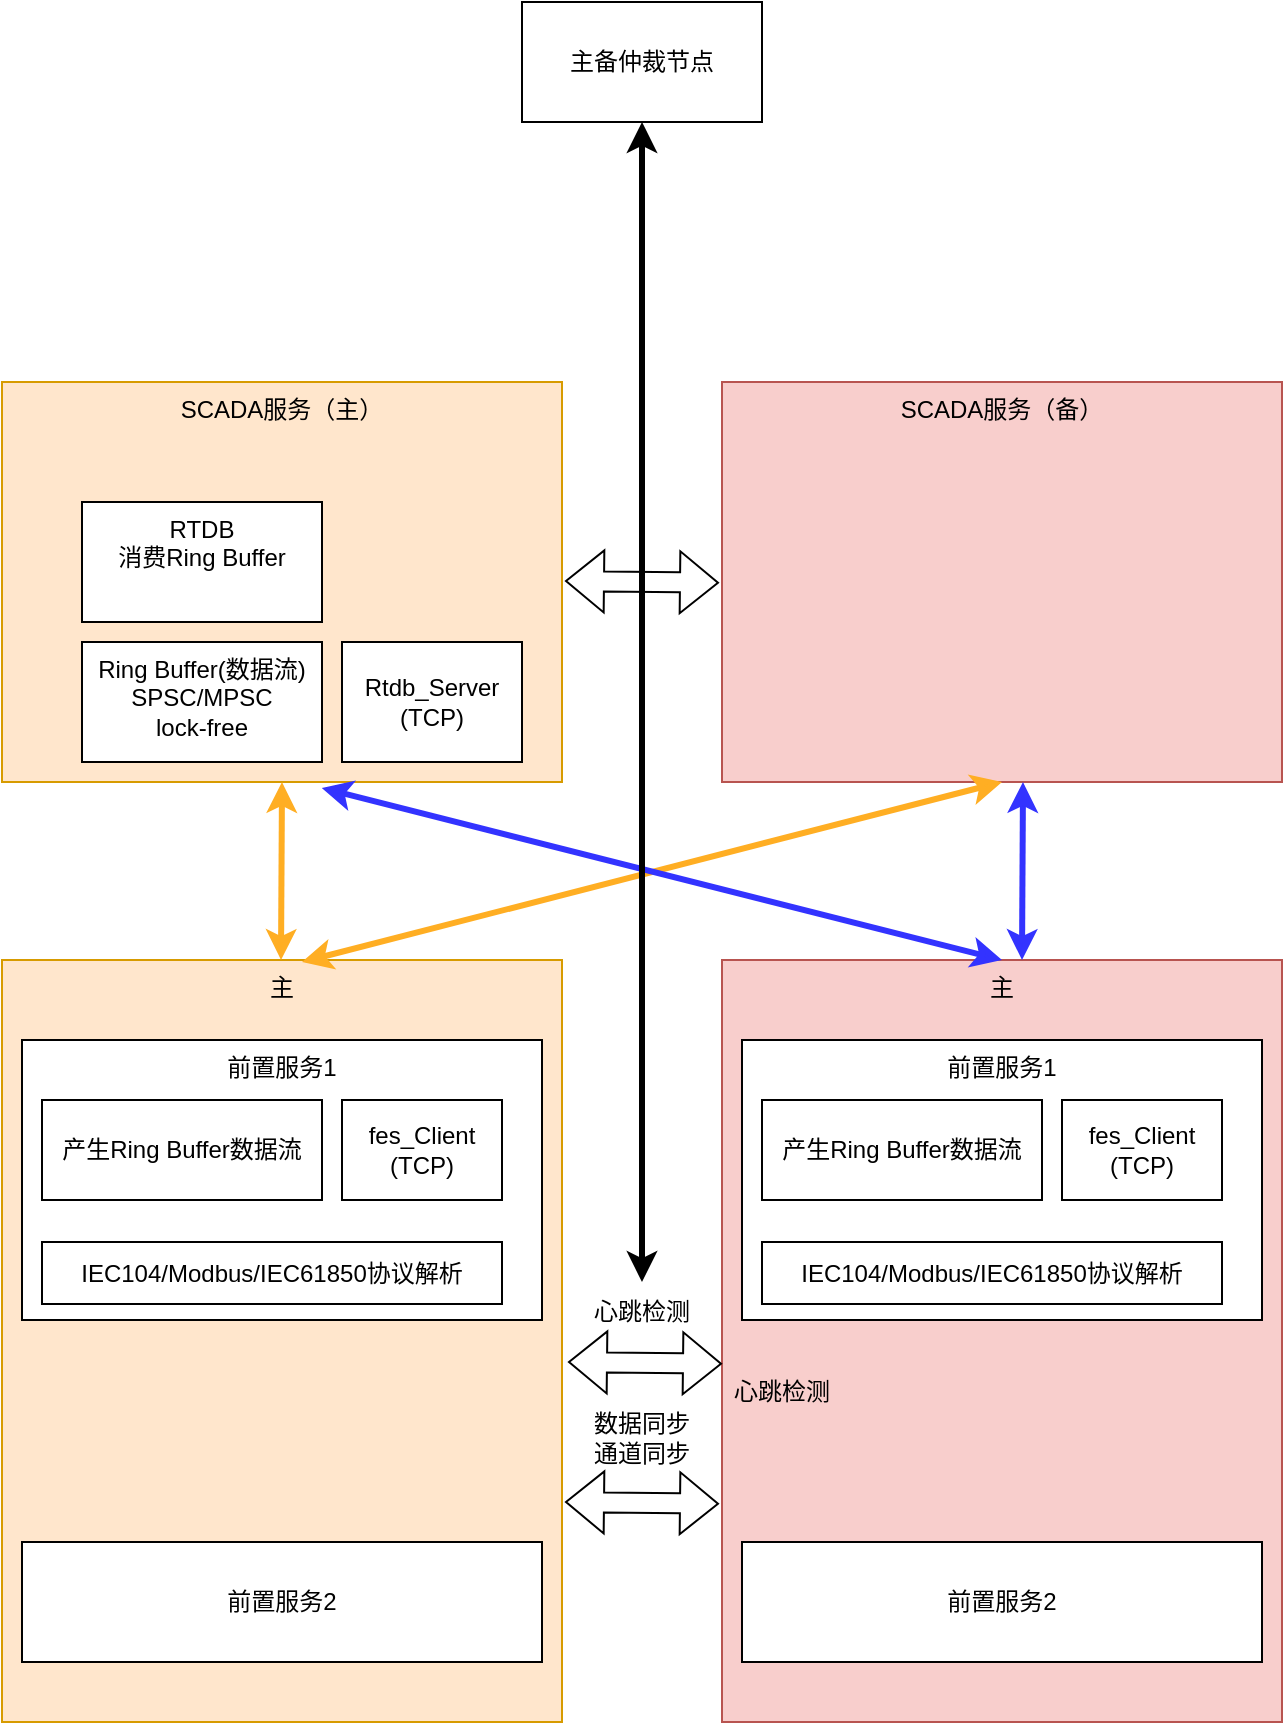
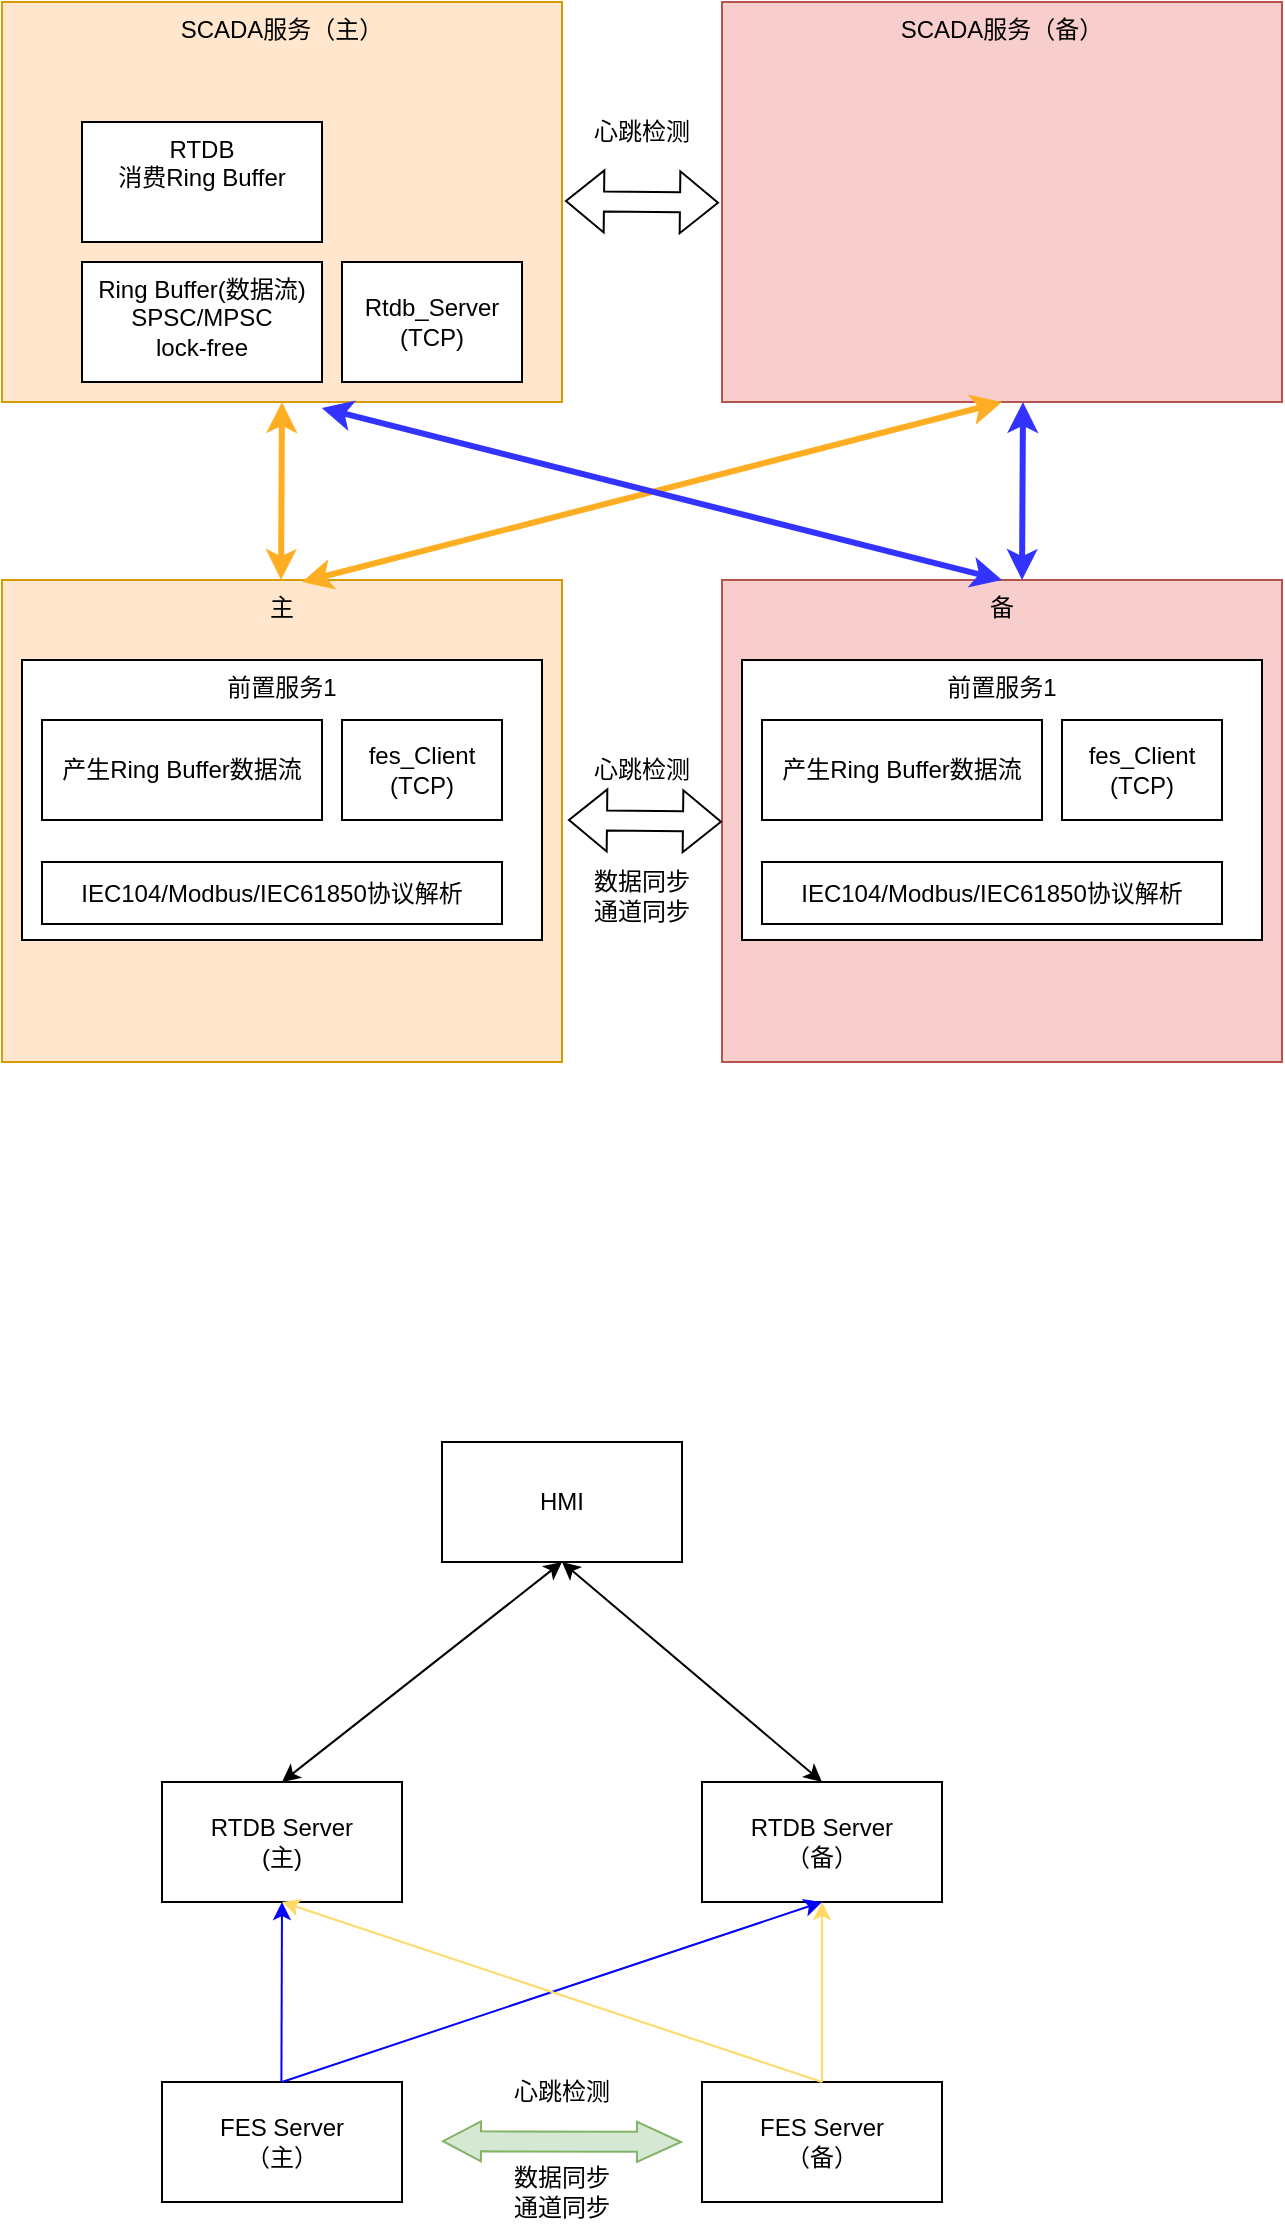
<mxfile host="app.diagrams.net">
  <diagram name="第 1 页" id="B8DYWfWQNEIOsyKvfK1-">
-     <mxGraphModel dx="1047" dy="581" grid="1" gridSize="10" guides="1" tooltips="1" connect="1" arrows="1" fold="1" page="1" pageScale="1" pageWidth="827" pageHeight="1169" math="0" shadow="0">
+     <mxGraphModel dx="1230" dy="684" grid="1" gridSize="10" guides="1" tooltips="1" connect="1" arrows="1" fold="1" page="1" pageScale="1" pageWidth="827" pageHeight="1169" math="0" shadow="0">
      <root>
        <mxCell id="0" />
        <mxCell id="1" parent="0" />
        <mxCell id="kAXPQYTb_9ZiN3N-kw4B-1" parent="1" style="rounded=0;whiteSpace=wrap;html=1;verticalAlign=top;fillColor=#ffe6cc;strokeColor=#d79b00;" value="SCADA服务（主）" vertex="1">
          <mxGeometry height="200" width="280" x="50" y="200" as="geometry" />
        </mxCell>
        <mxCell id="kAXPQYTb_9ZiN3N-kw4B-2" parent="1" style="rounded=0;whiteSpace=wrap;html=1;verticalAlign=top;fillColor=#ffe6cc;strokeColor=#d79b00;" value="主" vertex="1">
-           <mxGeometry height="381" width="280" x="50" y="489" as="geometry" />
+           <mxGeometry height="241" width="280" x="50" y="489" as="geometry" />
        </mxCell>
        <mxCell id="kAXPQYTb_9ZiN3N-kw4B-4" parent="1" style="rounded=0;whiteSpace=wrap;html=1;verticalAlign=top;fillColor=#f8cecc;strokeColor=#b85450;" value="SCADA服务（备）" vertex="1">
          <mxGeometry height="200" width="280" x="410" y="200" as="geometry" />
        </mxCell>
        <mxCell id="kAXPQYTb_9ZiN3N-kw4B-5" parent="1" style="rounded=0;whiteSpace=wrap;html=1;verticalAlign=top;align=center;" value="前置服务1" vertex="1">
          <mxGeometry height="140" width="260" x="60" y="529" as="geometry" />
-         </mxCell>
-         <mxCell id="kAXPQYTb_9ZiN3N-kw4B-6" parent="1" style="rounded=0;whiteSpace=wrap;html=1;" value="前置服务2" vertex="1">
-           <mxGeometry height="60" width="260" x="60" y="780" as="geometry" />
        </mxCell>
        <mxCell id="kAXPQYTb_9ZiN3N-kw4B-9" parent="1" style="rounded=0;whiteSpace=wrap;html=1;verticalAlign=top;" value="Ring Buffer(数据流)&lt;div&gt;SPSC/MPSC&lt;/div&gt;&lt;div&gt;lock-free&lt;/div&gt;" vertex="1">
          <mxGeometry height="60" width="120" x="90" y="330" as="geometry" />
        </mxCell>
        <mxCell id="kAXPQYTb_9ZiN3N-kw4B-10" parent="1" style="rounded=0;whiteSpace=wrap;html=1;verticalAlign=top;" value="RTDB&lt;div&gt;消费Ring Buffer&lt;/div&gt;" vertex="1">
          <mxGeometry height="60" width="120" x="90" y="260" as="geometry" />
        </mxCell>
        <mxCell id="kAXPQYTb_9ZiN3N-kw4B-11" parent="1" style="rounded=0;whiteSpace=wrap;html=1;" value="产生Ring Buffer数据流" vertex="1">
          <mxGeometry height="50" width="140" x="70" y="559" as="geometry" />
        </mxCell>
        <mxCell id="kAXPQYTb_9ZiN3N-kw4B-12" edge="1" parent="1" style="endArrow=classic;startArrow=classic;html=1;rounded=0;entryX=0.5;entryY=1;entryDx=0;entryDy=0;strokeColor=#FFAE23;strokeWidth=3;" target="kAXPQYTb_9ZiN3N-kw4B-1" value="">
          <mxGeometry height="50" relative="1" width="50" as="geometry">
            <mxPoint x="189.5" y="489" as="sourcePoint" />
            <mxPoint x="189.5" y="423" as="targetPoint" />
          </mxGeometry>
        </mxCell>
        <mxCell id="kAXPQYTb_9ZiN3N-kw4B-13" parent="1" style="rounded=0;whiteSpace=wrap;html=1;" value="fes_Client&lt;div&gt;(TCP)&lt;/div&gt;" vertex="1">
          <mxGeometry height="50" width="80" x="220" y="559" as="geometry" />
        </mxCell>
        <mxCell id="kAXPQYTb_9ZiN3N-kw4B-15" parent="1" style="rounded=0;whiteSpace=wrap;html=1;" value="Rtdb_Server&lt;div&gt;(TCP)&lt;/div&gt;" vertex="1">
          <mxGeometry height="60" width="90" x="220" y="330" as="geometry" />
        </mxCell>
        <mxCell id="kAXPQYTb_9ZiN3N-kw4B-16" edge="1" parent="1" style="endArrow=classic;startArrow=classic;html=1;rounded=0;entryX=0.5;entryY=1;entryDx=0;entryDy=0;strokeColor=#FFAE23;strokeWidth=3;" target="kAXPQYTb_9ZiN3N-kw4B-4" value="">
          <mxGeometry height="50" relative="1" width="50" as="geometry">
            <mxPoint x="200" y="490" as="sourcePoint" />
            <mxPoint x="219" y="423" as="targetPoint" />
          </mxGeometry>
        </mxCell>
-         <mxCell id="kAXPQYTb_9ZiN3N-kw4B-17" parent="1" style="rounded=0;whiteSpace=wrap;html=1;verticalAlign=top;fillColor=#f8cecc;strokeColor=#b85450;" value="主" vertex="1">
-           <mxGeometry height="381" width="280" x="410" y="489" as="geometry" />
+         <mxCell id="kAXPQYTb_9ZiN3N-kw4B-17" parent="1" style="rounded=0;whiteSpace=wrap;html=1;verticalAlign=top;fillColor=#f8cecc;strokeColor=#b85450;" value="备" vertex="1">
+           <mxGeometry height="241" width="280" x="410" y="489" as="geometry" />
        </mxCell>
        <mxCell id="kAXPQYTb_9ZiN3N-kw4B-18" parent="1" style="rounded=0;whiteSpace=wrap;html=1;verticalAlign=top;align=center;" value="前置服务1" vertex="1">
          <mxGeometry height="140" width="260" x="420" y="529" as="geometry" />
-         </mxCell>
-         <mxCell id="kAXPQYTb_9ZiN3N-kw4B-19" parent="1" style="rounded=0;whiteSpace=wrap;html=1;" value="前置服务2" vertex="1">
-           <mxGeometry height="60" width="260" x="420" y="780" as="geometry" />
        </mxCell>
        <mxCell id="kAXPQYTb_9ZiN3N-kw4B-20" parent="1" style="rounded=0;whiteSpace=wrap;html=1;" value="产生Ring Buffer数据流" vertex="1">
          <mxGeometry height="50" width="140" x="430" y="559" as="geometry" />
        </mxCell>
        <mxCell id="kAXPQYTb_9ZiN3N-kw4B-21" parent="1" style="rounded=0;whiteSpace=wrap;html=1;" value="fes_Client&lt;div&gt;(TCP)&lt;/div&gt;" vertex="1">
          <mxGeometry height="50" width="80" x="580" y="559" as="geometry" />
        </mxCell>
        <mxCell id="kAXPQYTb_9ZiN3N-kw4B-22" edge="1" parent="1" style="endArrow=classic;startArrow=classic;html=1;rounded=0;entryX=0.5;entryY=1;entryDx=0;entryDy=0;strokeColor=#3333FF;strokeWidth=3;" value="">
          <mxGeometry height="50" relative="1" width="50" as="geometry">
            <mxPoint x="560" y="489" as="sourcePoint" />
            <mxPoint x="560.5" y="400" as="targetPoint" />
          </mxGeometry>
        </mxCell>
        <mxCell id="kAXPQYTb_9ZiN3N-kw4B-23" edge="1" parent="1" source="kAXPQYTb_9ZiN3N-kw4B-17" style="endArrow=classic;startArrow=classic;html=1;rounded=0;entryX=0.571;entryY=1.015;entryDx=0;entryDy=0;entryPerimeter=0;strokeWidth=3;strokeColor=#3333FF;exitX=0.5;exitY=0;exitDx=0;exitDy=0;" target="kAXPQYTb_9ZiN3N-kw4B-1" value="">
          <mxGeometry height="50" relative="1" width="50" as="geometry">
            <mxPoint x="550" y="480" as="sourcePoint" />
            <mxPoint x="590" y="439" as="targetPoint" />
          </mxGeometry>
        </mxCell>
        <mxCell id="kAXPQYTb_9ZiN3N-kw4B-25" edge="1" parent="1" style="shape=flexArrow;endArrow=classic;startArrow=classic;html=1;rounded=0;entryX=0.025;entryY=0.556;entryDx=0;entryDy=0;entryPerimeter=0;" value="">
          <mxGeometry height="100" relative="1" width="100" as="geometry">
-             <mxPoint x="333" y="690" as="sourcePoint" />
-             <mxPoint x="410" y="690.836" as="targetPoint" />
+             <mxPoint x="333" y="609" as="sourcePoint" />
+             <mxPoint x="410" y="609.836" as="targetPoint" />
          </mxGeometry>
        </mxCell>
        <mxCell id="kAXPQYTb_9ZiN3N-kw4B-26" parent="1" style="text;html=1;whiteSpace=wrap;strokeColor=none;fillColor=none;align=center;verticalAlign=middle;rounded=0;" value="心跳检测" vertex="1">
-           <mxGeometry height="30" width="60" x="340" y="650" as="geometry" />
-         </mxCell>
-         <mxCell id="kAXPQYTb_9ZiN3N-kw4B-29" parent="1" style="rounded=0;whiteSpace=wrap;html=1;" value="主备仲裁节点" vertex="1">
-           <mxGeometry height="60" width="120" x="310" y="10" as="geometry" />
+           <mxGeometry height="30" width="60" x="340" y="569" as="geometry" />
        </mxCell>
        <mxCell id="kAXPQYTb_9ZiN3N-kw4B-31" parent="1" style="rounded=0;whiteSpace=wrap;html=1;" value="IEC104/Modbus/IEC61850协议解析" vertex="1">
          <mxGeometry height="31" width="230" x="70" y="630" as="geometry" />
        </mxCell>
        <mxCell id="kAXPQYTb_9ZiN3N-kw4B-32" parent="1" style="rounded=0;whiteSpace=wrap;html=1;" value="IEC104/Modbus/IEC61850协议解析" vertex="1">
          <mxGeometry height="31" width="230" x="430" y="630" as="geometry" />
        </mxCell>
        <mxCell id="kAXPQYTb_9ZiN3N-kw4B-33" edge="1" parent="1" style="shape=flexArrow;endArrow=classic;startArrow=classic;html=1;rounded=0;entryX=0.025;entryY=0.556;entryDx=0;entryDy=0;entryPerimeter=0;" value="">
          <mxGeometry height="100" relative="1" width="100" as="geometry">
            <mxPoint x="331.5" y="299.5" as="sourcePoint" />
            <mxPoint x="408.5" y="300.336" as="targetPoint" />
          </mxGeometry>
        </mxCell>
-         <mxCell id="kAXPQYTb_9ZiN3N-kw4B-35" edge="1" parent="1" source="kAXPQYTb_9ZiN3N-kw4B-26" style="endArrow=classic;startArrow=classic;html=1;rounded=0;strokeWidth=3;entryX=0.5;entryY=1;entryDx=0;entryDy=0;" target="kAXPQYTb_9ZiN3N-kw4B-29" value="">
-           <mxGeometry height="50" relative="1" width="50" as="geometry">
-             <mxPoint x="370" y="650" as="sourcePoint" />
-             <mxPoint x="360" y="140" as="targetPoint" />
+         <mxCell id="kAXPQYTb_9ZiN3N-kw4B-39" parent="1" style="text;html=1;whiteSpace=wrap;strokeColor=none;fillColor=none;align=center;verticalAlign=middle;rounded=0;" value="数据同步&lt;div&gt;通道同步&lt;/div&gt;" vertex="1">
+           <mxGeometry height="30" width="60" x="340" y="632" as="geometry" />
+         </mxCell>
+         <mxCell id="3wZPl1CzNyx5cLSE645p-1" parent="1" style="text;html=1;whiteSpace=wrap;strokeColor=none;fillColor=none;align=center;verticalAlign=middle;rounded=0;" value="心跳检测" vertex="1">
+           <mxGeometry height="30" width="60" x="340" y="250" as="geometry" />
+         </mxCell>
+         <mxCell id="3wZPl1CzNyx5cLSE645p-2" parent="1" style="rounded=0;whiteSpace=wrap;html=1;" value="HMI" vertex="1">
+           <mxGeometry height="60" width="120" x="270" y="920" as="geometry" />
+         </mxCell>
+         <mxCell id="3wZPl1CzNyx5cLSE645p-3" parent="1" style="rounded=0;whiteSpace=wrap;html=1;" value="&lt;div&gt;RTDB Server&lt;/div&gt;(主)" vertex="1">
+           <mxGeometry height="60" width="120" x="130" y="1090" as="geometry" />
+         </mxCell>
+         <mxCell id="3wZPl1CzNyx5cLSE645p-4" parent="1" style="rounded=0;whiteSpace=wrap;html=1;" value="&lt;div&gt;RTDB Server&lt;/div&gt;&lt;div&gt;（备）&lt;/div&gt;" vertex="1">
+           <mxGeometry height="60" width="120" x="400" y="1090" as="geometry" />
+         </mxCell>
+         <mxCell id="3wZPl1CzNyx5cLSE645p-5" parent="1" style="rounded=0;whiteSpace=wrap;html=1;" value="&lt;div&gt;FES Server&lt;/div&gt;（主）" vertex="1">
+           <mxGeometry height="60" width="120" x="130" y="1240" as="geometry" />
+         </mxCell>
+         <mxCell id="3wZPl1CzNyx5cLSE645p-6" parent="1" style="rounded=0;whiteSpace=wrap;html=1;" value="&lt;div&gt;FES Server&lt;/div&gt;&lt;div&gt;（备）&lt;/div&gt;" vertex="1">
+           <mxGeometry height="60" width="120" x="400" y="1240" as="geometry" />
+         </mxCell>
+         <mxCell id="3wZPl1CzNyx5cLSE645p-7" edge="1" parent="1" style="shape=flexArrow;endArrow=classic;startArrow=classic;html=1;rounded=0;startWidth=9;startSize=6;endWidth=9;endSize=7;fillColor=#d5e8d4;strokeColor=#82b366;" value="">
+           <mxGeometry height="100" relative="1" width="100" as="geometry">
+             <mxPoint x="270" y="1269.57" as="sourcePoint" />
+             <mxPoint x="390" y="1270" as="targetPoint" />
          </mxGeometry>
        </mxCell>
-         <mxCell id="kAXPQYTb_9ZiN3N-kw4B-36" parent="1" style="text;html=1;whiteSpace=wrap;strokeColor=none;fillColor=none;align=center;verticalAlign=middle;rounded=0;" value="心跳检测" vertex="1">
-           <mxGeometry height="30" width="60" x="410" y="690" as="geometry" />
+         <mxCell id="3wZPl1CzNyx5cLSE645p-8" parent="1" style="text;html=1;whiteSpace=wrap;strokeColor=none;fillColor=none;align=center;verticalAlign=middle;rounded=0;" value="心跳检测" vertex="1">
+           <mxGeometry height="30" width="60" x="300" y="1230" as="geometry" />
        </mxCell>
-         <mxCell id="kAXPQYTb_9ZiN3N-kw4B-38" edge="1" parent="1" style="shape=flexArrow;endArrow=classic;startArrow=classic;html=1;rounded=0;entryX=0.025;entryY=0.556;entryDx=0;entryDy=0;entryPerimeter=0;" value="">
-           <mxGeometry height="100" relative="1" width="100" as="geometry">
-             <mxPoint x="331.5" y="760" as="sourcePoint" />
-             <mxPoint x="408.5" y="760.836" as="targetPoint" />
+         <mxCell id="3wZPl1CzNyx5cLSE645p-9" parent="1" style="text;html=1;whiteSpace=wrap;strokeColor=none;fillColor=none;align=center;verticalAlign=middle;rounded=0;" value="数据同步&lt;div&gt;通道同步&lt;/div&gt;" vertex="1">
+           <mxGeometry height="30" width="60" x="300" y="1280" as="geometry" />
+         </mxCell>
+         <mxCell id="3wZPl1CzNyx5cLSE645p-10" edge="1" parent="1" style="endArrow=classic;html=1;rounded=0;entryX=0.5;entryY=1;entryDx=0;entryDy=0;strokeColor=#0000FF;" target="3wZPl1CzNyx5cLSE645p-3" value="">
+           <mxGeometry height="50" relative="1" width="50" as="geometry">
+             <mxPoint x="189.7" y="1240" as="sourcePoint" />
+             <mxPoint x="189.7" y="1180" as="targetPoint" />
          </mxGeometry>
        </mxCell>
-         <mxCell id="kAXPQYTb_9ZiN3N-kw4B-39" parent="1" style="text;html=1;whiteSpace=wrap;strokeColor=none;fillColor=none;align=center;verticalAlign=middle;rounded=0;" value="数据同步&lt;div&gt;通道同步&lt;/div&gt;" vertex="1">
-           <mxGeometry height="30" width="60" x="340" y="713" as="geometry" />
+         <mxCell id="3wZPl1CzNyx5cLSE645p-11" edge="1" parent="1" style="endArrow=classic;html=1;rounded=0;entryX=0.5;entryY=1;entryDx=0;entryDy=0;strokeColor=#0000FF;" target="3wZPl1CzNyx5cLSE645p-4" value="">
+           <mxGeometry height="50" relative="1" width="50" as="geometry">
+             <mxPoint x="190" y="1240" as="sourcePoint" />
+             <mxPoint x="240" y="1190" as="targetPoint" />
+           </mxGeometry>
+         </mxCell>
+         <mxCell id="3wZPl1CzNyx5cLSE645p-12" edge="1" parent="1" style="endArrow=classic;html=1;rounded=0;strokeColor=#FFD966;" value="">
+           <mxGeometry height="50" relative="1" width="50" as="geometry">
+             <mxPoint x="460" y="1240" as="sourcePoint" />
+             <mxPoint x="460" y="1150" as="targetPoint" />
+           </mxGeometry>
+         </mxCell>
+         <mxCell id="3wZPl1CzNyx5cLSE645p-13" edge="1" parent="1" source="3wZPl1CzNyx5cLSE645p-6" style="endArrow=classic;html=1;rounded=0;exitX=0.5;exitY=0;exitDx=0;exitDy=0;entryX=0.5;entryY=1;entryDx=0;entryDy=0;strokeColor=#FFD966;" target="3wZPl1CzNyx5cLSE645p-3" value="">
+           <mxGeometry height="50" relative="1" width="50" as="geometry">
+             <mxPoint x="360" y="1220" as="sourcePoint" />
+             <mxPoint x="360" y="1130" as="targetPoint" />
+           </mxGeometry>
+         </mxCell>
+         <mxCell id="3wZPl1CzNyx5cLSE645p-14" edge="1" parent="1" style="endArrow=classic;startArrow=classic;html=1;rounded=0;entryX=0.5;entryY=1;entryDx=0;entryDy=0;" target="3wZPl1CzNyx5cLSE645p-2" value="">
+           <mxGeometry height="50" relative="1" width="50" as="geometry">
+             <mxPoint x="190" y="1090" as="sourcePoint" />
+             <mxPoint x="240" y="1040" as="targetPoint" />
+           </mxGeometry>
+         </mxCell>
+         <mxCell id="3wZPl1CzNyx5cLSE645p-15" edge="1" parent="1" style="endArrow=classic;startArrow=classic;html=1;rounded=0;entryX=0.5;entryY=1;entryDx=0;entryDy=0;" target="3wZPl1CzNyx5cLSE645p-2" value="">
+           <mxGeometry height="50" relative="1" width="50" as="geometry">
+             <mxPoint x="460" y="1090" as="sourcePoint" />
+             <mxPoint x="600" y="980" as="targetPoint" />
+           </mxGeometry>
        </mxCell>
      </root>
    </mxGraphModel>
  </diagram>
</mxfile>
